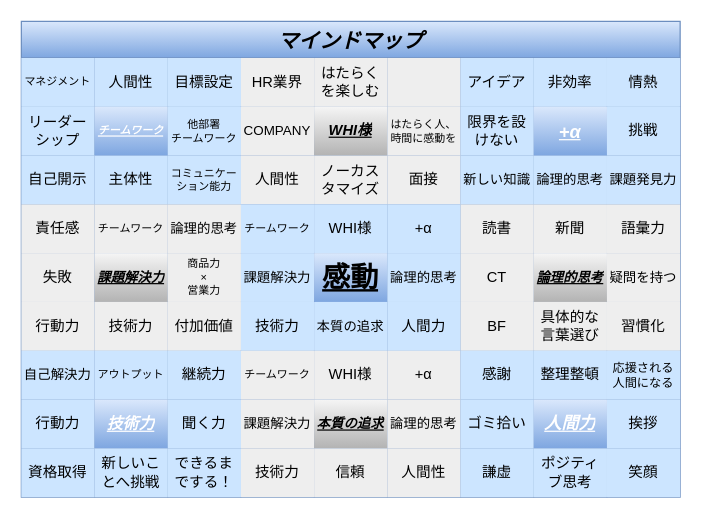
This is test.dio from arakikeita/WHI, a draw.io file, before an edit. Source tidied: cells renumbered, new cells numbered last; positions are measured from the earlier drawing's top-left corner, leaving out a move shared by most shapes. Both pictures are drawn from the tidied source at 122%, with x=0, y=0 at pixel (21, 21).
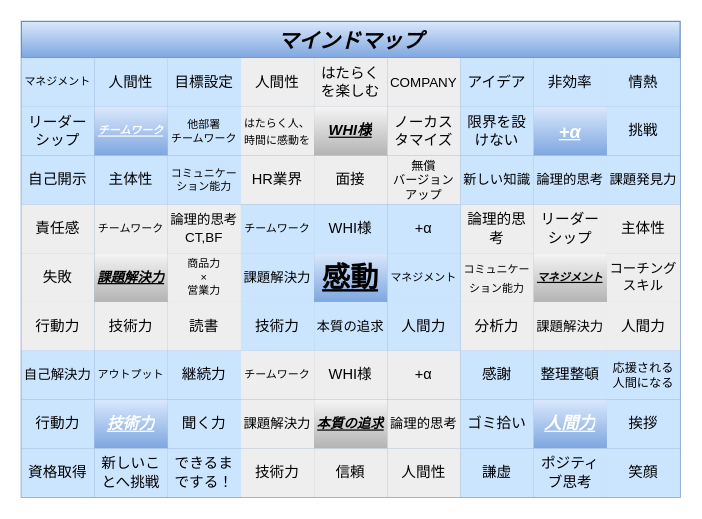
Above is the later version.

Commit message:
マインドマップ完成

The change refers to these unchanged cells:
```xml
<mxCell id="3" style="shape=tableRow;horizontal=0;startSize=0;swimlaneHead=0;swimlaneBody=0;top=0;left=0;bottom=0;right=0;fillColor=none;strokeColor=default;strokeWidth=1;" parent="2" vertex="1">
  <mxGeometry y="30" width="540" height="40" as="geometry" />
</mxCell>
<mxCell id="13" style="shape=tableRow;horizontal=0;startSize=0;swimlaneHead=0;swimlaneBody=0;top=0;left=0;bottom=0;right=0;fillColor=none;strokeColor=default;strokeWidth=1;" parent="2" vertex="1">
  <mxGeometry y="70" width="540" height="40" as="geometry" />
</mxCell>
<mxCell id="23" style="shape=tableRow;horizontal=0;startSize=0;swimlaneHead=0;swimlaneBody=0;top=0;left=0;bottom=0;right=0;fillColor=none;strokeColor=default;strokeWidth=1;" parent="2" vertex="1">
  <mxGeometry y="110" width="540" height="40" as="geometry" />
</mxCell>
<mxCell id="33" style="shape=tableRow;horizontal=0;startSize=0;swimlaneHead=0;swimlaneBody=0;top=0;left=0;bottom=0;right=0;fillColor=none;strokeColor=default;strokeWidth=1;" parent="2" vertex="1">
  <mxGeometry y="150" width="540" height="40" as="geometry" />
</mxCell>
<mxCell id="43" style="shape=tableRow;horizontal=0;startSize=0;swimlaneHead=0;swimlaneBody=0;top=0;left=0;bottom=0;right=0;fillColor=none;strokeColor=default;strokeWidth=1;" parent="2" vertex="1">
  <mxGeometry y="190" width="540" height="40" as="geometry" />
</mxCell>
<mxCell id="53" style="shape=tableRow;horizontal=0;startSize=0;swimlaneHead=0;swimlaneBody=0;top=0;left=0;bottom=0;right=0;fillColor=none;strokeColor=default;strokeWidth=1;" parent="2" vertex="1">
  <mxGeometry y="230" width="540" height="40" as="geometry" />
</mxCell>
```

Change to the diagram source:
```diff
@@
-    <mxCell id="7" value="HR業界" style="shape=partialRectangle;html=1;whiteSpace=wrap;overflow=hidden;fillColor=#eeeeee;top=0;left=0;bottom=0;right=0;strokeColor=#36393d;strokeWidth=1;fontColor=#000000;" parent="3" vertex="1">
+    <mxCell id="7" value="人間性" style="shape=partialRectangle;html=1;whiteSpace=wrap;overflow=hidden;fillColor=#eeeeee;top=0;left=0;bottom=0;right=0;strokeColor=#36393d;strokeWidth=1;fontColor=#000000;" parent="3" vertex="1">
       <mxGeometry x="180" width="60" height="40" as="geometry" />
     </mxCell>
@@
-    <mxCell id="9" style="shape=partialRectangle;html=1;whiteSpace=wrap;overflow=hidden;fillColor=#eeeeee;top=0;left=0;bottom=0;right=0;strokeColor=#36393d;strokeWidth=1;fontColor=#000000;" parent="3" vertex="1">
+    <mxCell id="9" value="&lt;span style=&quot;font-size: 11px;&quot;&gt;COMPANY&lt;/span&gt;" style="shape=partialRectangle;html=1;whiteSpace=wrap;overflow=hidden;fillColor=#eeeeee;top=0;left=0;bottom=0;right=0;strokeColor=#36393d;strokeWidth=1;fontColor=#000000;" parent="3" vertex="1">
       <mxGeometry x="300" width="60" height="40" as="geometry" />
     </mxCell>
@@
-    <mxCell id="17" value="COMPANY" style="shape=partialRectangle;html=1;whiteSpace=wrap;overflow=hidden;fillColor=#eeeeee;top=0;left=0;bottom=0;right=0;strokeColor=#36393d;strokeWidth=1;fontSize=11;fontColor=#000000;" parent="13" vertex="1">
+    <mxCell id="17" value="&lt;span style=&quot;font-size: 9px;&quot;&gt;はたらく人、時間に感動を&lt;/span&gt;" style="shape=partialRectangle;html=1;whiteSpace=wrap;overflow=hidden;fillColor=#eeeeee;top=0;left=0;bottom=0;right=0;strokeColor=#36393d;strokeWidth=1;fontSize=11;fontColor=#000000;" parent="13" vertex="1">
       <mxGeometry x="180" width="60" height="40" as="geometry" />
     </mxCell>
@@
-    <mxCell id="19" value="はたらく人、時間に感動を" style="shape=partialRectangle;html=1;whiteSpace=wrap;overflow=hidden;fillColor=#eeeeee;top=0;left=0;bottom=0;right=0;strokeColor=#36393d;strokeWidth=1;fontSize=9;fontColor=#000000;" parent="13" vertex="1">
+    <mxCell id="19" value="&lt;span style=&quot;font-size: 12px;&quot;&gt;ノーカスタマイズ&lt;/span&gt;" style="shape=partialRectangle;html=1;whiteSpace=wrap;overflow=hidden;fillColor=#eeeeee;top=0;left=0;bottom=0;right=0;strokeColor=#36393d;strokeWidth=1;fontSize=9;fontColor=#000000;" parent="13" vertex="1">
       <mxGeometry x="300" width="60" height="40" as="geometry" />
     </mxCell>
@@
-    <mxCell id="27" value="人間性" style="shape=partialRectangle;html=1;whiteSpace=wrap;overflow=hidden;fillColor=#eeeeee;top=0;left=0;bottom=0;right=0;strokeColor=#36393d;strokeWidth=1;fontColor=#000000;" parent="23" vertex="1">
+    <mxCell id="27" value="HR業界" style="shape=partialRectangle;html=1;whiteSpace=wrap;overflow=hidden;fillColor=#eeeeee;top=0;left=0;bottom=0;right=0;strokeColor=#36393d;strokeWidth=1;fontColor=#000000;" parent="23" vertex="1">
       <mxGeometry x="180" width="60" height="40" as="geometry" />
     </mxCell>
-    <mxCell id="28" value="ノーカスタマイズ" style="shape=partialRectangle;html=1;whiteSpace=wrap;overflow=hidden;fillColor=#eeeeee;top=0;left=0;bottom=0;right=0;strokeColor=#36393d;strokeWidth=1;fontColor=#000000;" parent="23" vertex="1">
+    <mxCell id="28" value="面接" style="shape=partialRectangle;html=1;whiteSpace=wrap;overflow=hidden;fillColor=#eeeeee;top=0;left=0;bottom=0;right=0;strokeColor=#36393d;strokeWidth=1;fontColor=#000000;" parent="23" vertex="1">
       <mxGeometry x="240" width="60" height="40" as="geometry" />
     </mxCell>
-    <mxCell id="29" value="面接" style="shape=partialRectangle;html=1;whiteSpace=wrap;overflow=hidden;fillColor=#eeeeee;top=0;left=0;bottom=0;right=0;strokeColor=#36393d;strokeWidth=1;fontColor=#000000;" parent="23" vertex="1">
+    <mxCell id="29" value="無償&lt;br style=&quot;font-size: 10px;&quot;&gt;バージョンアップ" style="shape=partialRectangle;html=1;whiteSpace=wrap;overflow=hidden;fillColor=#eeeeee;top=0;left=0;bottom=0;right=0;strokeColor=#36393d;strokeWidth=1;fontColor=#000000;fontSize=10;" parent="23" vertex="1">
       <mxGeometry x="300" width="60" height="40" as="geometry" />
     </mxCell>
@@
-    <mxCell id="36" value="論理的思考" style="shape=partialRectangle;html=1;whiteSpace=wrap;overflow=hidden;fillColor=#eeeeee;top=0;left=0;bottom=0;right=0;strokeColor=#36393d;strokeWidth=1;fontSize=11;fontColor=#000000;" parent="33" vertex="1">
+    <mxCell id="36" value="論理的思考&lt;br&gt;CT,BF" style="shape=partialRectangle;html=1;whiteSpace=wrap;overflow=hidden;fillColor=#eeeeee;top=0;left=0;bottom=0;right=0;strokeColor=#36393d;strokeWidth=1;fontSize=11;fontColor=#000000;" parent="33" vertex="1">
       <mxGeometry x="120" width="60" height="40" as="geometry" />
     </mxCell>
@@
-    <mxCell id="40" value="読書" style="shape=partialRectangle;html=1;whiteSpace=wrap;overflow=hidden;fillColor=#eeeeee;top=0;left=0;bottom=0;right=0;strokeColor=#36393d;strokeWidth=1;fontColor=#000000;" parent="33" vertex="1">
+    <mxCell id="40" value="論理的思考" style="shape=partialRectangle;html=1;whiteSpace=wrap;overflow=hidden;fillColor=#eeeeee;top=0;left=0;bottom=0;right=0;strokeColor=#36393d;strokeWidth=1;fontColor=#000000;" parent="33" vertex="1">
       <mxGeometry x="360" width="60" height="40" as="geometry" />
     </mxCell>
-    <mxCell id="41" value="新聞" style="shape=partialRectangle;html=1;whiteSpace=wrap;overflow=hidden;fillColor=#eeeeee;top=0;left=0;bottom=0;right=0;strokeColor=#36393d;strokeWidth=1;fontColor=#000000;" parent="33" vertex="1">
+    <mxCell id="41" value="リーダーシップ" style="shape=partialRectangle;html=1;whiteSpace=wrap;overflow=hidden;fillColor=#eeeeee;top=0;left=0;bottom=0;right=0;strokeColor=#36393d;strokeWidth=1;fontColor=#000000;" parent="33" vertex="1">
       <mxGeometry x="420" width="60" height="40" as="geometry" />
     </mxCell>
-    <mxCell id="42" value="語彙力" style="shape=partialRectangle;html=1;whiteSpace=wrap;overflow=hidden;fillColor=#eeeeee;top=0;left=0;bottom=0;right=0;strokeColor=#36393d;strokeWidth=1;fontColor=#000000;" parent="33" vertex="1">
+    <mxCell id="42" value="主体性" style="shape=partialRectangle;html=1;whiteSpace=wrap;overflow=hidden;fillColor=#eeeeee;top=0;left=0;bottom=0;right=0;strokeColor=#36393d;strokeWidth=1;fontColor=#000000;" parent="33" vertex="1">
       <mxGeometry x="480" width="60" height="40" as="geometry" />
     </mxCell>
@@
-    <mxCell id="49" value="論理的思考" style="shape=partialRectangle;html=1;whiteSpace=wrap;overflow=hidden;fillColor=#cce5ff;top=0;left=0;bottom=0;right=0;strokeColor=#36393d;strokeWidth=1;fontSize=11;fontColor=#000000;" parent="43" vertex="1">
+    <mxCell id="49" value="マネジメント" style="shape=partialRectangle;html=1;whiteSpace=wrap;overflow=hidden;fillColor=#cce5ff;top=0;left=0;bottom=0;right=0;strokeColor=#36393d;strokeWidth=1;fontSize=9;fontColor=#000000;" parent="43" vertex="1">
       <mxGeometry x="300" width="60" height="40" as="geometry" />
     </mxCell>
-    <mxCell id="50" value="CT" style="shape=partialRectangle;html=1;whiteSpace=wrap;overflow=hidden;fillColor=#eeeeee;top=0;left=0;bottom=0;right=0;strokeColor=#36393d;strokeWidth=1;fontColor=#000000;" parent="43" vertex="1">
+    <mxCell id="50" value="&lt;span style=&quot;font-size: 9px;&quot;&gt;コミュニケーション能力&lt;/span&gt;" style="shape=partialRectangle;html=1;whiteSpace=wrap;overflow=hidden;fillColor=#eeeeee;top=0;left=0;bottom=0;right=0;strokeColor=#36393d;strokeWidth=1;fontColor=#000000;" parent="43" vertex="1">
       <mxGeometry x="360" width="60" height="40" as="geometry" />
     </mxCell>
-    <mxCell id="51" value="論理的思考" style="shape=partialRectangle;html=1;whiteSpace=wrap;overflow=hidden;fillColor=#f5f5f5;top=0;left=0;bottom=0;right=0;strokeColor=#666666;strokeWidth=1;fontStyle=7;fontSize=11;gradientColor=#b3b3b3;fontColor=#000000;" parent="43" vertex="1">
+    <mxCell id="51" value="マネジメント" style="shape=partialRectangle;html=1;whiteSpace=wrap;overflow=hidden;fillColor=#f5f5f5;top=0;left=0;bottom=0;right=0;strokeColor=#666666;strokeWidth=1;fontStyle=7;fontSize=9;gradientColor=#b3b3b3;fontColor=#000000;" parent="43" vertex="1">
       <mxGeometry x="420" width="60" height="40" as="geometry" />
     </mxCell>
-    <mxCell id="52" value="疑問を持つ" style="shape=partialRectangle;html=1;whiteSpace=wrap;overflow=hidden;fillColor=#eeeeee;top=0;left=0;bottom=0;right=0;strokeColor=#36393d;strokeWidth=1;fontSize=11;fontColor=#000000;" parent="43" vertex="1">
+    <mxCell id="52" value="コーチング&lt;br&gt;スキル" style="shape=partialRectangle;html=1;whiteSpace=wrap;overflow=hidden;fillColor=#eeeeee;top=0;left=0;bottom=0;right=0;strokeColor=#36393d;strokeWidth=1;fontSize=11;fontColor=#000000;" parent="43" vertex="1">
       <mxGeometry x="480" width="60" height="40" as="geometry" />
     </mxCell>
@@
-    <mxCell id="56" value="付加価値" style="shape=partialRectangle;html=1;whiteSpace=wrap;overflow=hidden;fillColor=#eeeeee;top=0;left=0;bottom=0;right=0;strokeColor=#36393d;strokeWidth=1;fontColor=#000000;" parent="53" vertex="1">
+    <mxCell id="56" value="読書" style="shape=partialRectangle;html=1;whiteSpace=wrap;overflow=hidden;fillColor=#eeeeee;top=0;left=0;bottom=0;right=0;strokeColor=#36393d;strokeWidth=1;fontColor=#000000;" parent="53" vertex="1">
       <mxGeometry x="120" width="60" height="40" as="geometry" />
     </mxCell>
@@
-    <mxCell id="60" value="BF" style="shape=partialRectangle;html=1;whiteSpace=wrap;overflow=hidden;fillColor=#eeeeee;top=0;left=0;bottom=0;right=0;strokeColor=#36393d;strokeWidth=1;fontColor=#000000;" parent="53" vertex="1">
+    <mxCell id="60" value="分析力" style="shape=partialRectangle;html=1;whiteSpace=wrap;overflow=hidden;fillColor=#eeeeee;top=0;left=0;bottom=0;right=0;strokeColor=#36393d;strokeWidth=1;fontColor=#000000;" parent="53" vertex="1">
       <mxGeometry x="360" width="60" height="40" as="geometry" />
     </mxCell>
-    <mxCell id="61" value="具体的な言葉選び" style="shape=partialRectangle;html=1;whiteSpace=wrap;overflow=hidden;fillColor=#eeeeee;top=0;left=0;bottom=0;right=0;strokeColor=#36393d;strokeWidth=1;fontColor=#000000;" parent="53" vertex="1">
+    <mxCell id="61" value="課題解決力" style="shape=partialRectangle;html=1;whiteSpace=wrap;overflow=hidden;fillColor=#eeeeee;top=0;left=0;bottom=0;right=0;strokeColor=#36393d;strokeWidth=1;fontColor=#000000;fontSize=11;" parent="53" vertex="1">
       <mxGeometry x="420" width="60" height="40" as="geometry" />
     </mxCell>
-    <mxCell id="62" value="習慣化" style="shape=partialRectangle;html=1;whiteSpace=wrap;overflow=hidden;fillColor=#eeeeee;top=0;left=0;bottom=0;right=0;strokeColor=#36393d;strokeWidth=1;fontColor=#000000;" parent="53" vertex="1">
+    <mxCell id="62" value="人間力" style="shape=partialRectangle;html=1;whiteSpace=wrap;overflow=hidden;fillColor=#eeeeee;top=0;left=0;bottom=0;right=0;strokeColor=#36393d;strokeWidth=1;fontColor=#000000;" parent="53" vertex="1">
       <mxGeometry x="480" width="60" height="40" as="geometry" />
     </mxCell>
```
